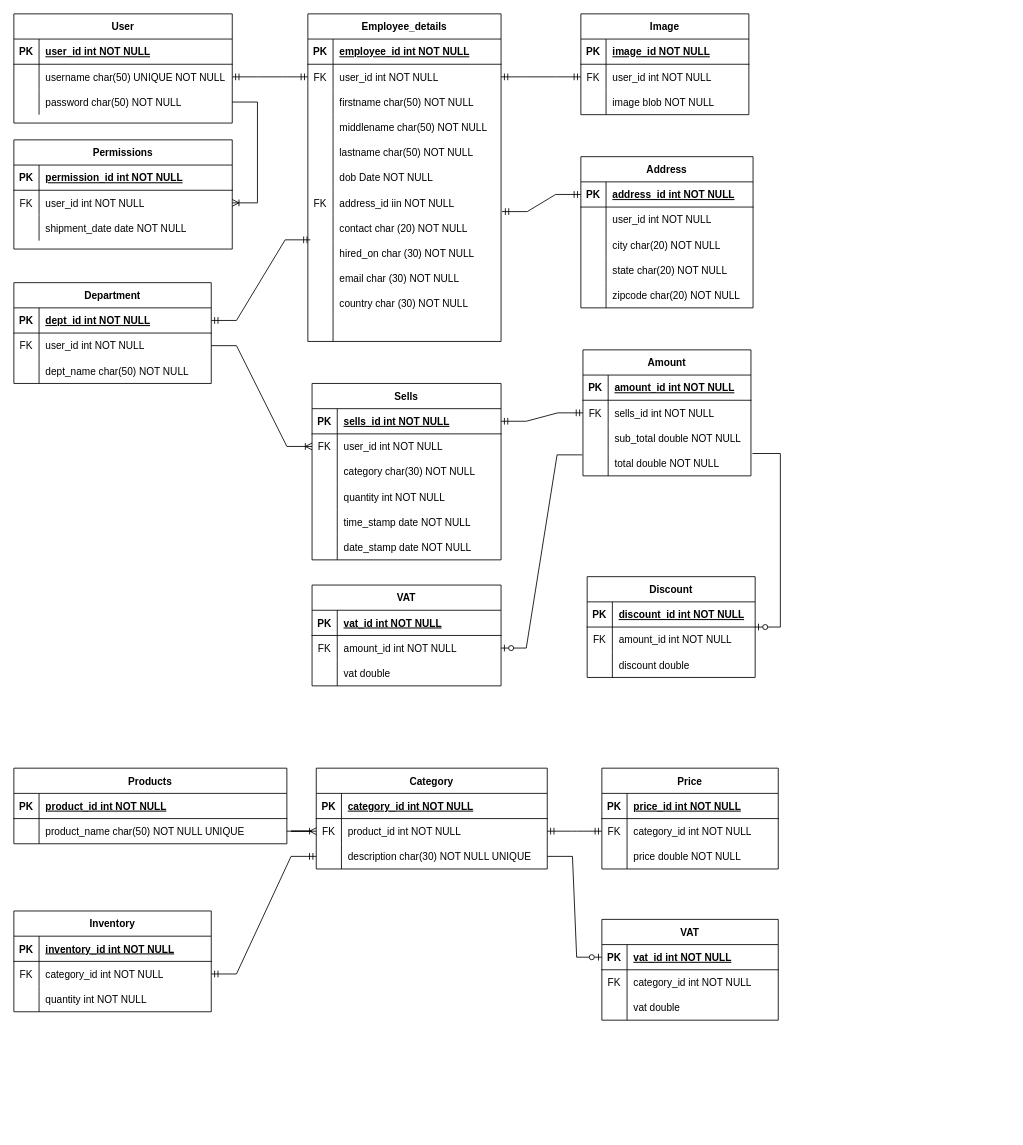
Above: iInvent.drawio in redolf250/Entity-Relation-Diagrams (draw.io), before the change. Source tidied: cells renumbered, new cells numbered last; positions are measured from the earlier drawing's top-left corner, leaving out a move shared by most shapes. Both pictures are drawn from the tidied source at 84%, with x=0, y=0 at pixel (13, 13).
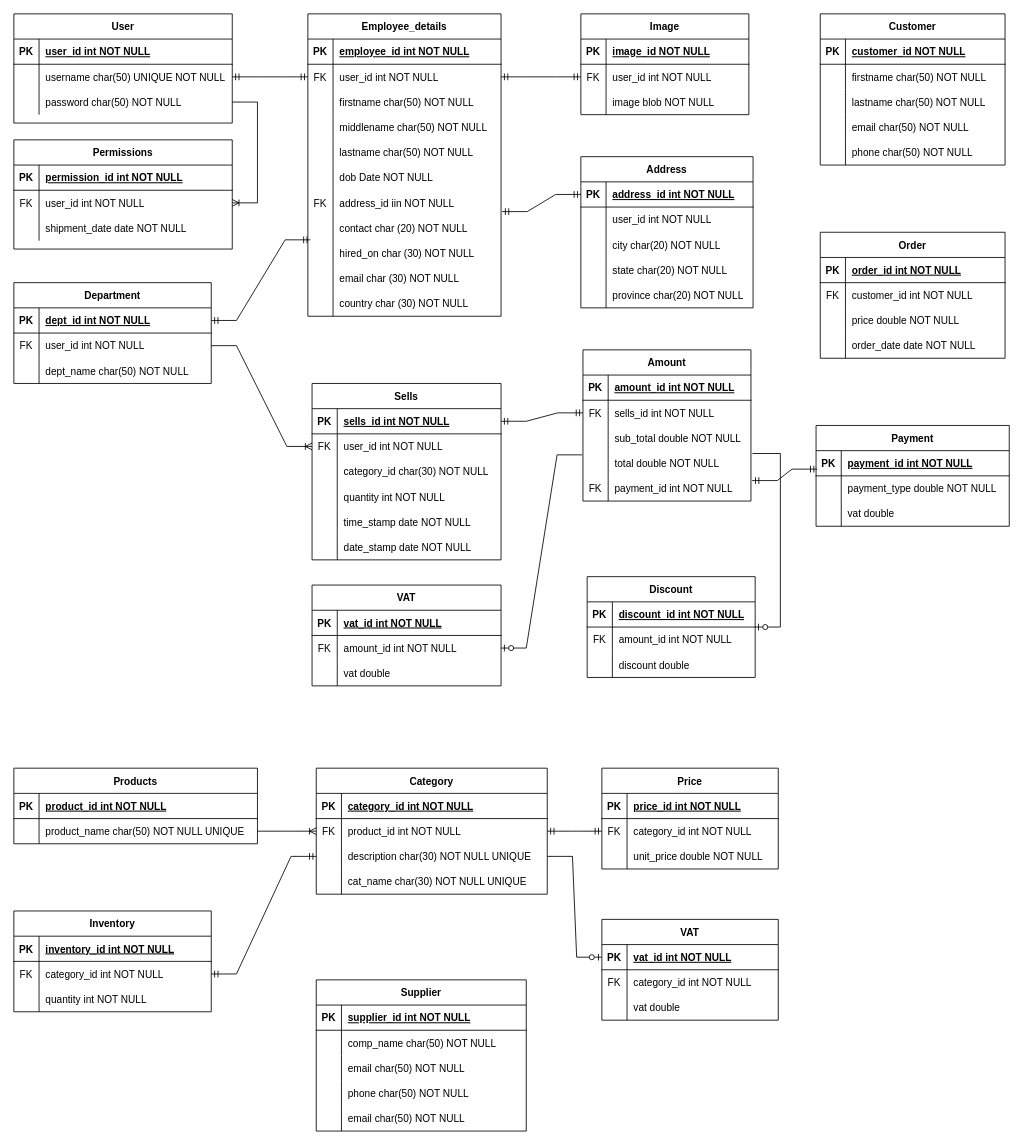
The same diagram, later.

The change refers to these unchanged cells:
```xml
<mxCell id="85" style="shape=tableRow;horizontal=0;startSize=0;swimlaneHead=0;swimlaneBody=0;fillColor=none;top=0;left=0;right=0;bottom=0;" parent="72" vertex="1">
  <mxGeometry y="150" width="205" height="30" as="geometry" />
</mxCell>
<mxCell id="125" style="shape=tableRow;horizontal=0;startSize=0;swimlaneHead=0;swimlaneBody=0;fillColor=none;top=0;left=0;right=0;bottom=0;" parent="118" vertex="1">
  <mxGeometry y="90" width="210" height="30" as="geometry" />
</mxCell>
<mxCell id="147" style="shape=tableRow;horizontal=0;startSize=0;swimlaneHead=0;swimlaneBody=0;fillColor=none;top=0;left=0;right=0;bottom=0;" parent="140" vertex="1">
  <mxGeometry y="90" width="225" height="30" as="geometry" />
</mxCell>
```

What changed in the source:
```diff
@@
     <mxCell id="2" value="Employee_details" style="shape=table;startSize=30;childLayout=tableLayout;rowLines=0;fontStyle=1;align=center;" parent="1" vertex="1">
-      <mxGeometry x="350" width="230" height="390" as="geometry" />
+      <mxGeometry x="350" width="230" height="360" as="geometry" />
     </mxCell>
@@
-    <mxCell id="36" style="shape=partialRectangle;fillColor=none;top=0;left=0;right=0;bottom=0;" parent="2" vertex="1">
-      <mxGeometry y="360" width="230" height="30" as="geometry" />
-    </mxCell>
-    <mxCell id="37" style="shape=partialRectangle;overflow=hidden;fillColor=none;top=0;left=0;bottom=0;right=0;" parent="36" vertex="1">
-      <mxGeometry width="30" height="30" as="geometry" />
-    </mxCell>
-    <mxCell id="38" style="shape=partialRectangle;overflow=hidden;fillColor=none;top=0;left=0;bottom=0;right=0;align=left;spacingLeft=6;" parent="36" vertex="1">
-      <mxGeometry x="30" width="200" height="30" as="geometry" />
-    </mxCell>
@@
-    <mxCell id="87" value="zipcode char(20) NOT NULL" style="shape=partialRectangle;fillColor=none;top=0;left=0;bottom=0;right=0;align=left;spacingLeft=6;overflow=hidden;" parent="85" vertex="1">
+    <mxCell id="87" value="province char(20) NOT NULL" style="shape=partialRectangle;fillColor=none;top=0;left=0;bottom=0;right=0;align=left;spacingLeft=6;overflow=hidden;" parent="85" vertex="1">
       <mxGeometry x="30" width="175" height="30" as="geometry" />
     </mxCell>
@@
     <mxCell id="100" value="Products" style="shape=table;startSize=30;childLayout=tableLayout;rowLines=0;fontStyle=1;align=center;" parent="1" vertex="1">
-      <mxGeometry y="898" width="325" height="90" as="geometry" />
+      <mxGeometry y="898" width="290" height="90" as="geometry" />
     </mxCell>
     <mxCell id="101" style="shape=tableRow;horizontal=0;startSize=0;swimlaneHead=0;swimlaneBody=0;fillColor=none;top=0;left=0;right=0;bottom=1;" parent="100" vertex="1">
-      <mxGeometry y="30" width="325" height="30" as="geometry" />
+      <mxGeometry y="30" width="290" height="30" as="geometry" />
     </mxCell>
@@
     <mxCell id="103" value="product_id int NOT NULL" style="shape=partialRectangle;fillColor=none;top=0;left=0;bottom=0;right=0;align=left;spacingLeft=6;fontStyle=5;overflow=hidden;" parent="101" vertex="1">
-      <mxGeometry x="30" width="295" height="30" as="geometry" />
+      <mxGeometry x="30" width="260" height="30" as="geometry" />
     </mxCell>
     <mxCell id="104" style="shape=tableRow;horizontal=0;startSize=0;swimlaneHead=0;swimlaneBody=0;fillColor=none;points=[[0,0.5],[1,0.5]];portConstraint=eastwest;top=0;left=0;right=0;bottom=0;" parent="100" vertex="1">
-      <mxGeometry y="60" width="325" height="30" as="geometry" />
+      <mxGeometry y="60" width="290" height="30" as="geometry" />
     </mxCell>
@@
     <mxCell id="106" value="product_name char(50) NOT NULL UNIQUE" style="shape=partialRectangle;fillColor=none;top=0;left=0;bottom=0;right=0;align=left;spacingLeft=6;overflow=hidden;" parent="104" vertex="1">
-      <mxGeometry x="30" width="295" height="30" as="geometry" />
+      <mxGeometry x="30" width="260" height="30" as="geometry" />
     </mxCell>
     <mxCell id="107" value="Category" style="shape=table;startSize=30;childLayout=tableLayout;rowLines=0;fontStyle=1;align=center;" parent="1" vertex="1">
-      <mxGeometry x="360" y="898" width="275" height="120" as="geometry" />
+      <mxGeometry x="360" y="898" width="275" height="150" as="geometry" />
     </mxCell>
@@
+    <mxCell id="207" style="shape=tableRow;horizontal=0;startSize=0;swimlaneHead=0;swimlaneBody=0;fillColor=none;top=0;left=0;right=0;bottom=0;" parent="107" vertex="1">
+      <mxGeometry y="120" width="275" height="30" as="geometry" />
+    </mxCell>
+    <mxCell id="208" style="shape=partialRectangle;fillColor=none;top=0;left=0;bottom=0;right=0;overflow=hidden;" parent="207" vertex="1">
+      <mxGeometry width="30" height="30" as="geometry" />
+    </mxCell>
+    <mxCell id="209" value="cat_name char(30) NOT NULL UNIQUE" style="shape=partialRectangle;fillColor=none;top=0;left=0;bottom=0;right=0;align=left;spacingLeft=6;overflow=hidden;" parent="207" vertex="1">
+      <mxGeometry x="30" width="245" height="30" as="geometry" />
+    </mxCell>
@@
-    <mxCell id="127" value="price double NOT NULL" style="shape=partialRectangle;fillColor=none;top=0;left=0;bottom=0;right=0;align=left;spacingLeft=6;overflow=hidden;" parent="125" vertex="1">
+    <mxCell id="127" value="unit_price double NOT NULL" style="shape=partialRectangle;fillColor=none;top=0;left=0;bottom=0;right=0;align=left;spacingLeft=6;overflow=hidden;" parent="125" vertex="1">
       <mxGeometry x="30" width="180" height="30" as="geometry" />
     </mxCell>
@@
-    <mxCell id="149" value="category char(30) NOT NULL" style="shape=partialRectangle;fillColor=none;top=0;left=0;bottom=0;right=0;align=left;spacingLeft=6;overflow=hidden;" parent="147" vertex="1">
+    <mxCell id="149" value="category_id char(30) NOT NULL" style="shape=partialRectangle;fillColor=none;top=0;left=0;bottom=0;right=0;align=left;spacingLeft=6;overflow=hidden;" parent="147" vertex="1">
       <mxGeometry x="30" width="195" height="30" as="geometry" />
     </mxCell>
@@
     <mxCell id="160" value="Amount" style="shape=table;startSize=30;childLayout=tableLayout;rowLines=0;fontStyle=1;align=center;" parent="1" vertex="1">
-      <mxGeometry x="677.5" y="400" width="200" height="150" as="geometry" />
+      <mxGeometry x="677.5" y="400" width="200" height="180" as="geometry" />
     </mxCell>
@@
+    <mxCell id="210" style="shape=tableRow;horizontal=0;startSize=0;swimlaneHead=0;swimlaneBody=0;fillColor=none;points=[[0,0.5],[1,0.5]];portConstraint=eastwest;top=0;left=0;right=0;bottom=0;" parent="160" vertex="1">
+      <mxGeometry y="150" width="200" height="30" as="geometry" />
+    </mxCell>
+    <mxCell id="211" value="FK" style="shape=partialRectangle;fillColor=none;top=0;left=0;bottom=0;right=0;overflow=hidden;" parent="210" vertex="1">
+      <mxGeometry width="30" height="30" as="geometry" />
+    </mxCell>
+    <mxCell id="212" value="payment_id int NOT NULL" style="shape=partialRectangle;fillColor=none;top=0;left=0;bottom=0;right=0;align=left;spacingLeft=6;overflow=hidden;" parent="210" vertex="1">
+      <mxGeometry x="30" width="170" height="30" as="geometry" />
+    </mxCell>
@@
+    <mxCell id="213" value="Supplier" style="shape=table;startSize=30;childLayout=tableLayout;rowLines=0;fontStyle=1;align=center;" parent="1" vertex="1">
+      <mxGeometry x="360" y="1150" width="250" height="180" as="geometry" />
+    </mxCell>
+    <mxCell id="214" style="shape=tableRow;horizontal=0;startSize=0;swimlaneHead=0;swimlaneBody=0;fillColor=none;top=0;left=0;right=0;bottom=1;" parent="213" vertex="1">
+      <mxGeometry y="30" width="250" height="30" as="geometry" />
+    </mxCell>
+    <mxCell id="215" value="PK" style="shape=partialRectangle;fillColor=none;top=0;left=0;bottom=0;right=0;fontStyle=1;overflow=hidden;" parent="214" vertex="1">
+      <mxGeometry width="30" height="30" as="geometry" />
+    </mxCell>
+    <mxCell id="216" value="supplier_id int NOT NULL" style="shape=partialRectangle;fillColor=none;top=0;left=0;bottom=0;right=0;align=left;spacingLeft=6;fontStyle=5;overflow=hidden;" parent="214" vertex="1">
+      <mxGeometry x="30" width="220" height="30" as="geometry" />
+    </mxCell>
+    <mxCell id="217" style="shape=tableRow;horizontal=0;startSize=0;swimlaneHead=0;swimlaneBody=0;fillColor=none;top=0;left=0;right=0;bottom=0;" parent="213" vertex="1">
+      <mxGeometry y="60" width="250" height="30" as="geometry" />
+    </mxCell>
+    <mxCell id="218" style="shape=partialRectangle;fillColor=none;top=0;left=0;bottom=0;right=0;overflow=hidden;" parent="217" vertex="1">
+      <mxGeometry width="30" height="30" as="geometry" />
+    </mxCell>
+    <mxCell id="219" value="comp_name char(50) NOT NULL" style="shape=partialRectangle;fillColor=none;top=0;left=0;bottom=0;right=0;align=left;spacingLeft=6;overflow=hidden;" parent="217" vertex="1">
+      <mxGeometry x="30" width="220" height="30" as="geometry" />
+    </mxCell>
+    <mxCell id="220" style="shape=tableRow;horizontal=0;startSize=0;swimlaneHead=0;swimlaneBody=0;fillColor=none;top=0;left=0;right=0;bottom=0;" parent="213" vertex="1">
+      <mxGeometry y="90" width="250" height="30" as="geometry" />
+    </mxCell>
+    <mxCell id="221" style="shape=partialRectangle;fillColor=none;top=0;left=0;bottom=0;right=0;overflow=hidden;" parent="220" vertex="1">
+      <mxGeometry width="30" height="30" as="geometry" />
+    </mxCell>
+    <mxCell id="222" value="email char(50) NOT NULL" style="shape=partialRectangle;fillColor=none;top=0;left=0;bottom=0;right=0;align=left;spacingLeft=6;overflow=hidden;" parent="220" vertex="1">
+      <mxGeometry x="30" width="220" height="30" as="geometry" />
+    </mxCell>
+    <mxCell id="223" style="shape=tableRow;horizontal=0;startSize=0;swimlaneHead=0;swimlaneBody=0;fillColor=none;top=0;left=0;right=0;bottom=0;" parent="213" vertex="1">
+      <mxGeometry y="120" width="250" height="30" as="geometry" />
+    </mxCell>
+    <mxCell id="224" style="shape=partialRectangle;fillColor=none;top=0;left=0;bottom=0;right=0;overflow=hidden;" parent="223" vertex="1">
+      <mxGeometry width="30" height="30" as="geometry" />
+    </mxCell>
+    <mxCell id="225" value="phone char(50) NOT NULL" style="shape=partialRectangle;fillColor=none;top=0;left=0;bottom=0;right=0;align=left;spacingLeft=6;overflow=hidden;" parent="223" vertex="1">
+      <mxGeometry x="30" width="220" height="30" as="geometry" />
+    </mxCell>
+    <mxCell id="226" style="shape=tableRow;horizontal=0;startSize=0;swimlaneHead=0;swimlaneBody=0;fillColor=none;top=0;left=0;right=0;bottom=0;" parent="213" vertex="1">
+      <mxGeometry y="150" width="250" height="30" as="geometry" />
+    </mxCell>
+    <mxCell id="227" style="shape=partialRectangle;fillColor=none;top=0;left=0;bottom=0;right=0;overflow=hidden;" parent="226" vertex="1">
+      <mxGeometry width="30" height="30" as="geometry" />
+    </mxCell>
+    <mxCell id="228" value="email char(50) NOT NULL" style="shape=partialRectangle;fillColor=none;top=0;left=0;bottom=0;right=0;align=left;spacingLeft=6;overflow=hidden;" parent="226" vertex="1">
+      <mxGeometry x="30" width="220" height="30" as="geometry" />
+    </mxCell>
+    <mxCell id="229" value="Customer" style="shape=table;startSize=30;childLayout=tableLayout;rowLines=0;fontStyle=1;align=center;" parent="1" vertex="1">
+      <mxGeometry x="960" width="220" height="180" as="geometry" />
+    </mxCell>
+    <mxCell id="230" style="shape=tableRow;horizontal=0;startSize=0;swimlaneHead=0;swimlaneBody=0;fillColor=none;top=0;left=0;right=0;bottom=1;" parent="229" vertex="1">
+      <mxGeometry y="30" width="220" height="30" as="geometry" />
+    </mxCell>
+    <mxCell id="231" value="PK" style="shape=partialRectangle;fillColor=none;top=0;left=0;bottom=0;right=0;fontStyle=1;overflow=hidden;" parent="230" vertex="1">
+      <mxGeometry width="30" height="30" as="geometry" />
+    </mxCell>
+    <mxCell id="232" value="customer_id NOT NULL" style="shape=partialRectangle;fillColor=none;top=0;left=0;bottom=0;right=0;align=left;spacingLeft=6;fontStyle=5;overflow=hidden;" parent="230" vertex="1">
+      <mxGeometry x="30" width="190" height="30" as="geometry" />
+    </mxCell>
+    <mxCell id="233" style="shape=tableRow;horizontal=0;startSize=0;swimlaneHead=0;swimlaneBody=0;fillColor=none;top=0;left=0;right=0;bottom=0;" parent="229" vertex="1">
+      <mxGeometry y="60" width="220" height="30" as="geometry" />
+    </mxCell>
+    <mxCell id="234" style="shape=partialRectangle;fillColor=none;top=0;left=0;bottom=0;right=0;overflow=hidden;" parent="233" vertex="1">
+      <mxGeometry width="30" height="30" as="geometry" />
+    </mxCell>
+    <mxCell id="235" value="firstname char(50) NOT NULL" style="shape=partialRectangle;fillColor=none;top=0;left=0;bottom=0;right=0;align=left;spacingLeft=6;overflow=hidden;" parent="233" vertex="1">
+      <mxGeometry x="30" width="190" height="30" as="geometry" />
+    </mxCell>
+    <mxCell id="236" style="shape=tableRow;horizontal=0;startSize=0;swimlaneHead=0;swimlaneBody=0;fillColor=none;top=0;left=0;right=0;bottom=0;" parent="229" vertex="1">
+      <mxGeometry y="90" width="220" height="30" as="geometry" />
+    </mxCell>
+    <mxCell id="237" style="shape=partialRectangle;fillColor=none;top=0;left=0;bottom=0;right=0;overflow=hidden;" parent="236" vertex="1">
+      <mxGeometry width="30" height="30" as="geometry" />
+    </mxCell>
+    <mxCell id="238" value="lastname char(50) NOT NULL" style="shape=partialRectangle;fillColor=none;top=0;left=0;bottom=0;right=0;align=left;spacingLeft=6;overflow=hidden;" parent="236" vertex="1">
+      <mxGeometry x="30" width="190" height="30" as="geometry" />
+    </mxCell>
+    <mxCell id="239" style="shape=tableRow;horizontal=0;startSize=0;swimlaneHead=0;swimlaneBody=0;fillColor=none;top=0;left=0;right=0;bottom=0;" parent="229" vertex="1">
+      <mxGeometry y="120" width="220" height="30" as="geometry" />
+    </mxCell>
+    <mxCell id="240" style="shape=partialRectangle;fillColor=none;top=0;left=0;bottom=0;right=0;overflow=hidden;" parent="239" vertex="1">
+      <mxGeometry width="30" height="30" as="geometry" />
+    </mxCell>
+    <mxCell id="241" value="email char(50) NOT NULL" style="shape=partialRectangle;fillColor=none;top=0;left=0;bottom=0;right=0;align=left;spacingLeft=6;overflow=hidden;" parent="239" vertex="1">
+      <mxGeometry x="30" width="190" height="30" as="geometry" />
+    </mxCell>
+    <mxCell id="242" style="shape=tableRow;horizontal=0;startSize=0;swimlaneHead=0;swimlaneBody=0;fillColor=none;top=0;left=0;right=0;bottom=0;" parent="229" vertex="1">
+      <mxGeometry y="150" width="220" height="30" as="geometry" />
+    </mxCell>
+    <mxCell id="243" style="shape=partialRectangle;fillColor=none;top=0;left=0;bottom=0;right=0;overflow=hidden;" parent="242" vertex="1">
+      <mxGeometry width="30" height="30" as="geometry" />
+    </mxCell>
+    <mxCell id="244" value="phone char(50) NOT NULL" style="shape=partialRectangle;fillColor=none;top=0;left=0;bottom=0;right=0;align=left;spacingLeft=6;overflow=hidden;" parent="242" vertex="1">
+      <mxGeometry x="30" width="190" height="30" as="geometry" />
+    </mxCell>
+    <mxCell id="245" value="Order" style="shape=table;startSize=30;childLayout=tableLayout;rowLines=0;fontStyle=1;align=center;" parent="1" vertex="1">
+      <mxGeometry x="960" y="260" width="220" height="150" as="geometry" />
+    </mxCell>
+    <mxCell id="246" style="shape=tableRow;horizontal=0;startSize=0;swimlaneHead=0;swimlaneBody=0;fillColor=none;top=0;left=0;right=0;bottom=1;" parent="245" vertex="1">
+      <mxGeometry y="30" width="220" height="30" as="geometry" />
+    </mxCell>
+    <mxCell id="247" value="PK" style="shape=partialRectangle;fillColor=none;top=0;left=0;bottom=0;right=0;fontStyle=1;overflow=hidden;" parent="246" vertex="1">
+      <mxGeometry width="30" height="30" as="geometry" />
+    </mxCell>
+    <mxCell id="248" value="order_id int NOT NULL" style="shape=partialRectangle;fillColor=none;top=0;left=0;bottom=0;right=0;align=left;spacingLeft=6;fontStyle=5;overflow=hidden;" parent="246" vertex="1">
+      <mxGeometry x="30" width="190" height="30" as="geometry" />
+    </mxCell>
+    <mxCell id="249" style="shape=tableRow;horizontal=0;startSize=0;swimlaneHead=0;swimlaneBody=0;fillColor=none;top=0;left=0;right=0;bottom=0;" parent="245" vertex="1">
+      <mxGeometry y="60" width="220" height="30" as="geometry" />
+    </mxCell>
+    <mxCell id="250" value="FK" style="shape=partialRectangle;fillColor=none;top=0;left=0;bottom=0;right=0;overflow=hidden;" parent="249" vertex="1">
+      <mxGeometry width="30" height="30" as="geometry" />
+    </mxCell>
+    <mxCell id="251" value="customer_id int NOT NULL" style="shape=partialRectangle;fillColor=none;top=0;left=0;bottom=0;right=0;align=left;spacingLeft=6;overflow=hidden;" parent="249" vertex="1">
+      <mxGeometry x="30" width="190" height="30" as="geometry" />
+    </mxCell>
+    <mxCell id="252" style="shape=tableRow;horizontal=0;startSize=0;swimlaneHead=0;swimlaneBody=0;fillColor=none;top=0;left=0;right=0;bottom=0;" parent="245" vertex="1">
+      <mxGeometry y="90" width="220" height="30" as="geometry" />
+    </mxCell>
+    <mxCell id="253" style="shape=partialRectangle;fillColor=none;top=0;left=0;bottom=0;right=0;overflow=hidden;" parent="252" vertex="1">
+      <mxGeometry width="30" height="30" as="geometry" />
+    </mxCell>
+    <mxCell id="254" value="price double NOT NULL" style="shape=partialRectangle;fillColor=none;top=0;left=0;bottom=0;right=0;align=left;spacingLeft=6;overflow=hidden;" parent="252" vertex="1">
+      <mxGeometry x="30" width="190" height="30" as="geometry" />
+    </mxCell>
+    <mxCell id="255" style="shape=tableRow;horizontal=0;startSize=0;swimlaneHead=0;swimlaneBody=0;fillColor=none;top=0;left=0;right=0;bottom=0;" parent="245" vertex="1">
+      <mxGeometry y="120" width="220" height="30" as="geometry" />
+    </mxCell>
+    <mxCell id="256" style="shape=partialRectangle;fillColor=none;top=0;left=0;bottom=0;right=0;overflow=hidden;" parent="255" vertex="1">
+      <mxGeometry width="30" height="30" as="geometry" />
+    </mxCell>
+    <mxCell id="257" value="order_date date NOT NULL" style="shape=partialRectangle;fillColor=none;top=0;left=0;bottom=0;right=0;align=left;spacingLeft=6;overflow=hidden;" parent="255" vertex="1">
+      <mxGeometry x="30" width="190" height="30" as="geometry" />
+    </mxCell>
+    <mxCell id="258" value="Payment" style="shape=table;startSize=30;childLayout=tableLayout;rowLines=0;fontStyle=1;align=center;" parent="1" vertex="1">
+      <mxGeometry x="955" y="490" width="230" height="120" as="geometry" />
+    </mxCell>
+    <mxCell id="259" style="shape=tableRow;horizontal=0;startSize=0;swimlaneHead=0;swimlaneBody=0;fillColor=none;points=[[0,0.5],[1,0.5]];portConstraint=eastwest;top=0;left=0;right=0;bottom=1;" parent="258" vertex="1">
+      <mxGeometry y="30" width="230" height="30" as="geometry" />
+    </mxCell>
+    <mxCell id="260" value="PK" style="shape=partialRectangle;fillColor=none;top=0;left=0;bottom=0;right=0;fontStyle=1;overflow=hidden;" parent="259" vertex="1">
+      <mxGeometry width="30" height="30" as="geometry" />
+    </mxCell>
+    <mxCell id="261" value="payment_id int NOT NULL" style="shape=partialRectangle;fillColor=none;top=0;left=0;bottom=0;right=0;align=left;spacingLeft=6;fontStyle=5;overflow=hidden;" parent="259" vertex="1">
+      <mxGeometry x="30" width="200" height="30" as="geometry" />
+    </mxCell>
+    <mxCell id="262" style="shape=tableRow;horizontal=0;startSize=0;swimlaneHead=0;swimlaneBody=0;fillColor=none;top=0;left=0;right=0;bottom=0;" parent="258" vertex="1">
+      <mxGeometry y="60" width="230" height="30" as="geometry" />
+    </mxCell>
+    <mxCell id="263" style="shape=partialRectangle;fillColor=none;top=0;left=0;bottom=0;right=0;overflow=hidden;" parent="262" vertex="1">
+      <mxGeometry width="30" height="30" as="geometry" />
+    </mxCell>
+    <mxCell id="264" value="payment_type double NOT NULL" style="shape=partialRectangle;fillColor=none;top=0;left=0;bottom=0;right=0;align=left;spacingLeft=6;overflow=hidden;" parent="262" vertex="1">
+      <mxGeometry x="30" width="200" height="30" as="geometry" />
+    </mxCell>
+    <mxCell id="265" style="shape=tableRow;horizontal=0;startSize=0;swimlaneHead=0;swimlaneBody=0;fillColor=none;top=0;left=0;right=0;bottom=0;" parent="258" vertex="1">
+      <mxGeometry y="90" width="230" height="30" as="geometry" />
+    </mxCell>
+    <mxCell id="266" style="shape=partialRectangle;fillColor=none;top=0;left=0;bottom=0;right=0;overflow=hidden;" parent="265" vertex="1">
+      <mxGeometry width="30" height="30" as="geometry" />
+    </mxCell>
+    <mxCell id="267" value="vat double " style="shape=partialRectangle;fillColor=none;top=0;left=0;bottom=0;right=0;align=left;spacingLeft=6;overflow=hidden;" parent="265" vertex="1">
+      <mxGeometry x="30" width="200" height="30" as="geometry" />
+    </mxCell>
+    <mxCell id="268" style="edgeStyle=entityRelationEdgeStyle;fontSize=12;html=1;endArrow=ERmandOne;startArrow=ERmandOne;rounded=0;entryX=0.006;entryY=0.733;entryDx=0;entryDy=0;exitX=1.007;exitY=0.187;exitDx=0;exitDy=0;exitPerimeter=0;entryPerimeter=0;" parent="1" edge="1" source="210" target="259">
+      <mxGeometry relative="1" as="geometry" />
+    </mxCell>
```
